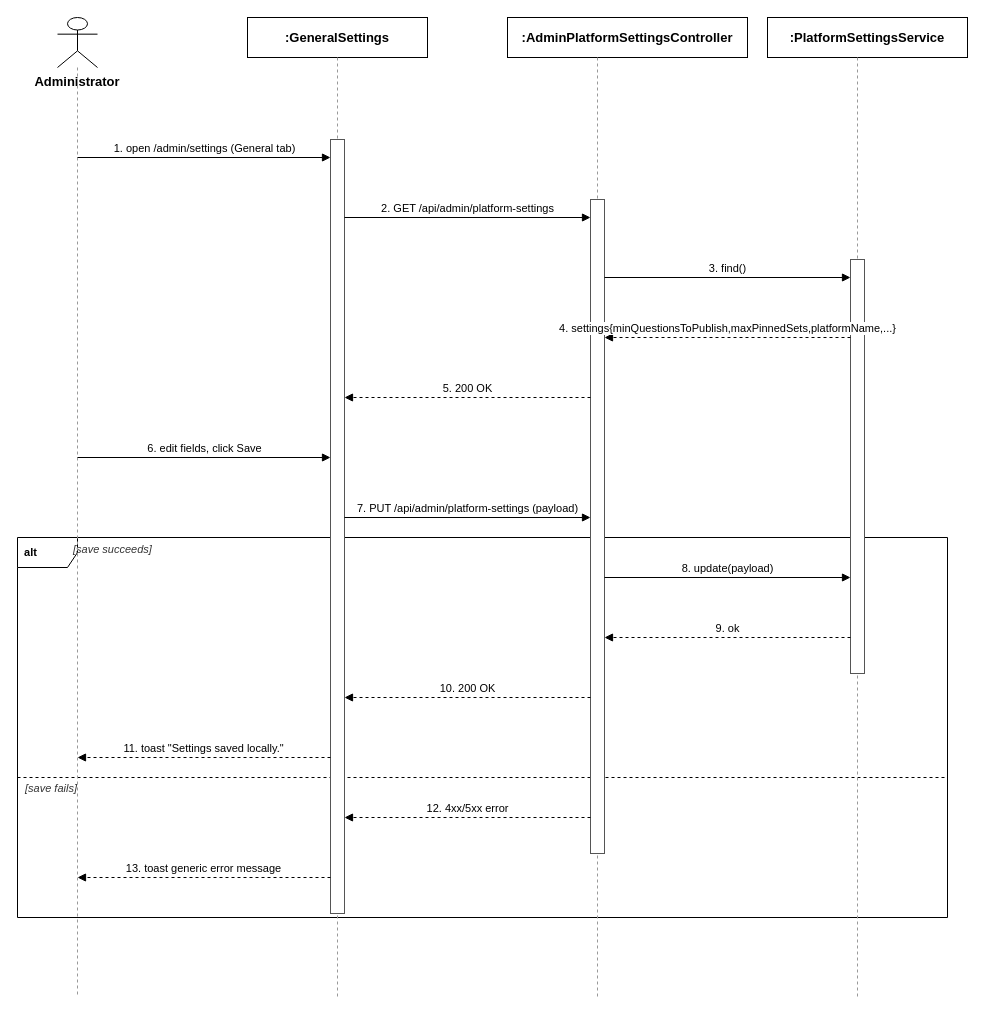
This is docs/qa/sequence-diagrams/Report4_SequenceDiagram_Administrator_SystemConfiguration.drawio from tulklk/AI_Interview_Question_Generation_RAG_LLM_FE, a draw.io file, before an edit. Source tidied: cells renumbered, new cells numbered last; positions are measured from the earlier drawing's top-left corner, leaving out a move shared by most shapes. Both pictures are drawn from the tidied source at 100%, with x=0, y=0 at pixel (17, 17).
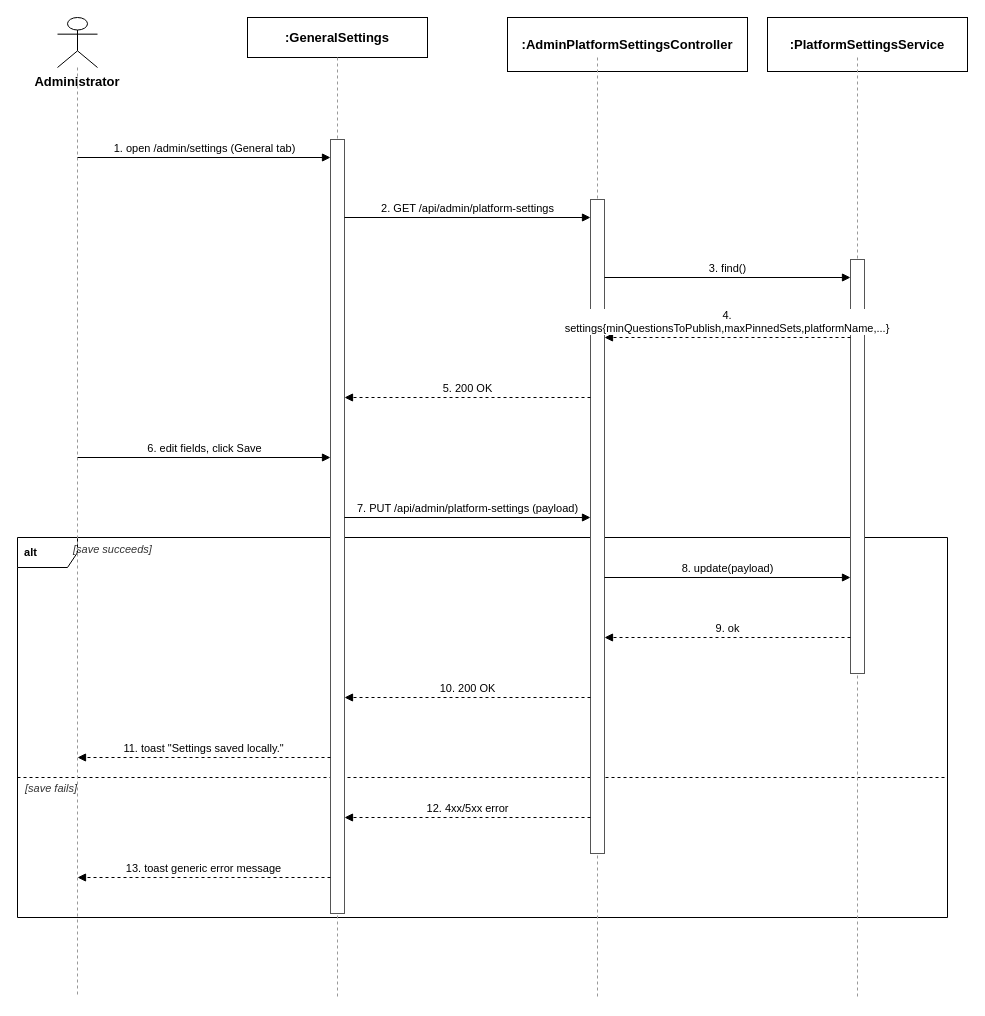
The same diagram, later.

The edit, as a diff of the source:
```diff
@@
     <mxCell id="10" value=":AdminPlatformSettingsController" style="rounded=0;whiteSpace=wrap;html=1;fontSize=13;fillColor=#ffffff;strokeColor=#000000;fontStyle=1;" parent="1" vertex="1">
-      <mxGeometry x="490" width="240" height="40" as="geometry" />
+      <mxGeometry x="490" width="240" height="54" as="geometry" />
     </mxCell>
@@
     <mxCell id="12" value=":PlatformSettingsService" style="rounded=0;whiteSpace=wrap;html=1;fontSize=13;fillColor=#ffffff;strokeColor=#000000;fontStyle=1;" parent="1" vertex="1">
-      <mxGeometry x="750" width="200" height="40" as="geometry" />
+      <mxGeometry x="750" width="200" height="54" as="geometry" />
     </mxCell>
@@
-    <mxCell id="20" value="4. settings{minQuestionsToPublish,maxPinnedSets,platformName,...}" style="endArrow=block;endFill=1;html=1;dashed=1;fontSize=11;align=center;verticalAlign=bottom;labelBackgroundColor=#ffffff;strokeColor=#000000;" parent="1" edge="1">
+    <mxCell id="20" value="4. settings{minQuestionsToPublish,maxPinnedSets,platformName,...}" style="endArrow=block;endFill=1;html=1;whiteSpace=wrap;dashed=1;fontSize=11;align=center;verticalAlign=bottom;labelBackgroundColor=#ffffff;strokeColor=#000000;" parent="1" edge="1">
       <mxGeometry relative="1" as="geometry">
         <mxPoint x="833" y="320" as="sourcePoint" />
         <mxPoint x="587" y="320" as="targetPoint" />
       </mxGeometry>
     </mxCell>
```
